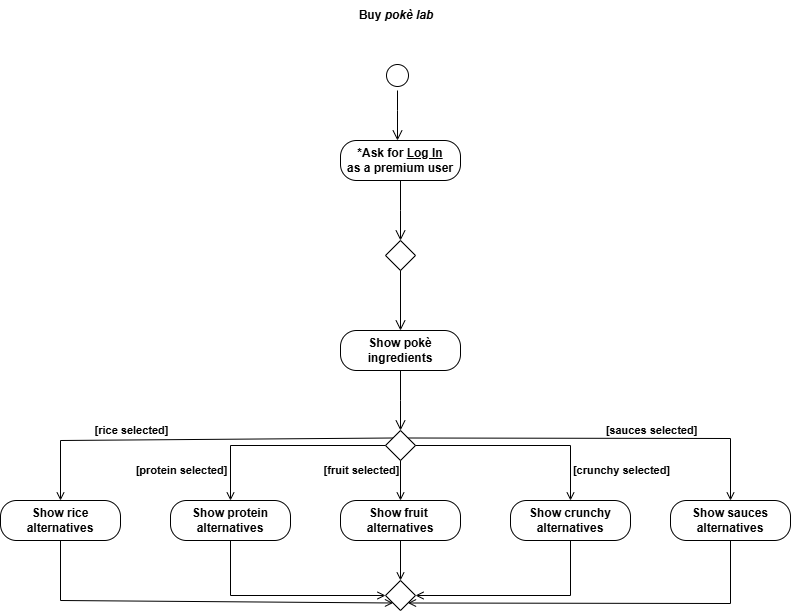
Earlier version of the draw.io export diagrams/ActivityDiagram.drawio.png (matteopinfildi/ISPW-Project). Source tidied: cells renumbered, new cells last; positions are measured from the earlier drawing's top-left corner, leaving out a move shared by most shapes.
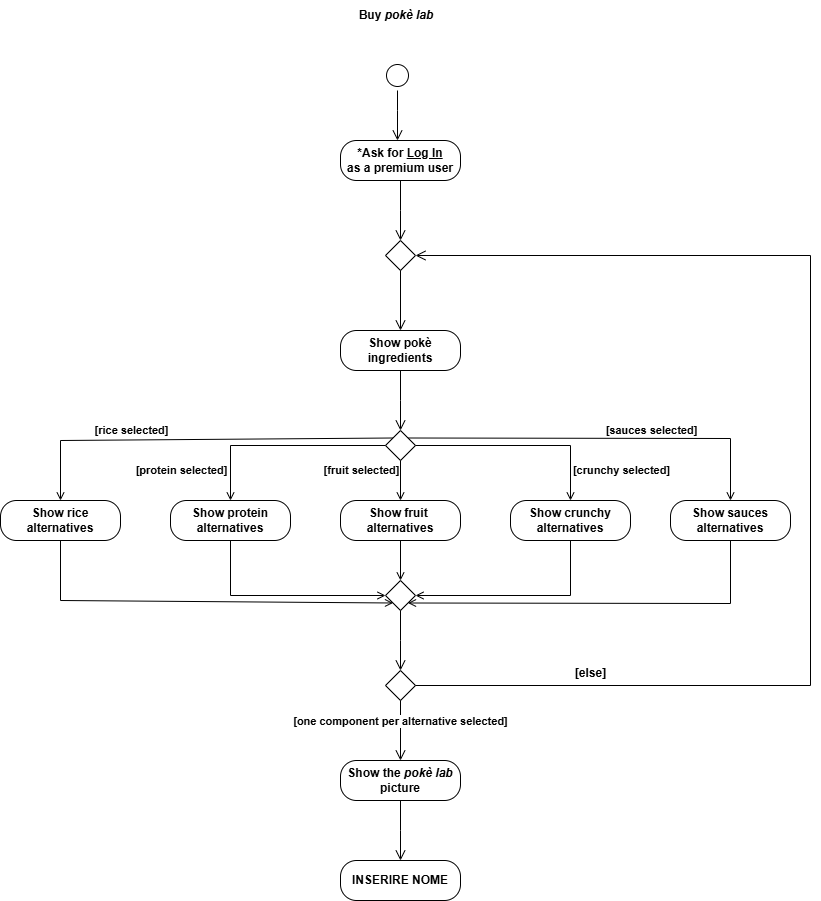
Later version of the same file.

The edit, as a diff of the source:
```diff
@@ -152,5 +152,38 @@
         </Array>
       </mxGeometry>
     </mxCell>
+    <mxCell id="33" style="edgeStyle=orthogonalEdgeStyle;html=1;verticalAlign=bottom;endArrow=open;endSize=8;rounded=0;exitX=0.5;exitY=1;exitDx=0;exitDy=0;" parent="1" edge="1" source="27">
+      <mxGeometry relative="1" as="geometry">
+        <mxPoint x="400" y="670" as="targetPoint" />
+      </mxGeometry>
+    </mxCell>
+    <mxCell id="34" value="&lt;b&gt;Show the &lt;i&gt;pokè lab&lt;/i&gt;&lt;/b&gt;&lt;div&gt;&lt;b style=&quot;&quot;&gt;picture&lt;/b&gt;&lt;/div&gt;" style="rounded=1;whiteSpace=wrap;html=1;arcSize=40;" parent="1" vertex="1">
+      <mxGeometry x="340" y="760" width="120" height="40" as="geometry" />
+    </mxCell>
+    <mxCell id="35" style="rhombus;whiteSpace=wrap;html=1;labelBackgroundColor=none;" parent="1" vertex="1">
+      <mxGeometry x="385" y="670" width="30" height="30" as="geometry" />
+    </mxCell>
+    <mxCell id="36" value="&lt;b&gt;[one component per alternative selected]&lt;/b&gt;" style="edgeStyle=orthogonalEdgeStyle;html=1;verticalAlign=bottom;endArrow=open;endSize=8;rounded=0;exitX=0.5;exitY=1;exitDx=0;exitDy=0;entryX=0.5;entryY=0;entryDx=0;entryDy=0;" parent="1" edge="1" source="35" target="34">
+      <mxGeometry relative="1" as="geometry" />
+    </mxCell>
+    <mxCell id="37" style="edgeStyle=orthogonalEdgeStyle;html=1;verticalAlign=bottom;endArrow=open;endSize=8;rounded=0;exitX=1;exitY=0.5;exitDx=0;exitDy=0;entryX=1;entryY=0.5;entryDx=0;entryDy=0;" parent="1" edge="1" source="35" target="9">
+      <mxGeometry relative="1" as="geometry">
+        <Array as="points">
+          <mxPoint x="810" y="685" />
+          <mxPoint x="810" y="255" />
+        </Array>
+      </mxGeometry>
+    </mxCell>
+    <mxCell id="38" value="&lt;b&gt;[else]&lt;/b&gt;" style="text;html=1;align=center;verticalAlign=middle;strokeColor=none;fillColor=none;" parent="1" vertex="1">
+      <mxGeometry x="565" y="658" width="50" height="30" as="geometry" />
+    </mxCell>
+    <mxCell id="39" style="edgeStyle=orthogonalEdgeStyle;html=1;verticalAlign=bottom;endArrow=open;endSize=8;rounded=0;exitX=0.5;exitY=1;exitDx=0;exitDy=0;" parent="1" edge="1" source="34">
+      <mxGeometry relative="1" as="geometry">
+        <mxPoint x="400" y="860" as="targetPoint" />
+      </mxGeometry>
+    </mxCell>
+    <mxCell id="40" value="&lt;b&gt;INSERIRE NOME&lt;/b&gt;" style="rounded=1;whiteSpace=wrap;html=1;arcSize=40;" parent="1" vertex="1">
+      <mxGeometry x="340" y="860" width="120" height="40" as="geometry" />
+    </mxCell>
   </root>
 </mxGraphModel>
```
